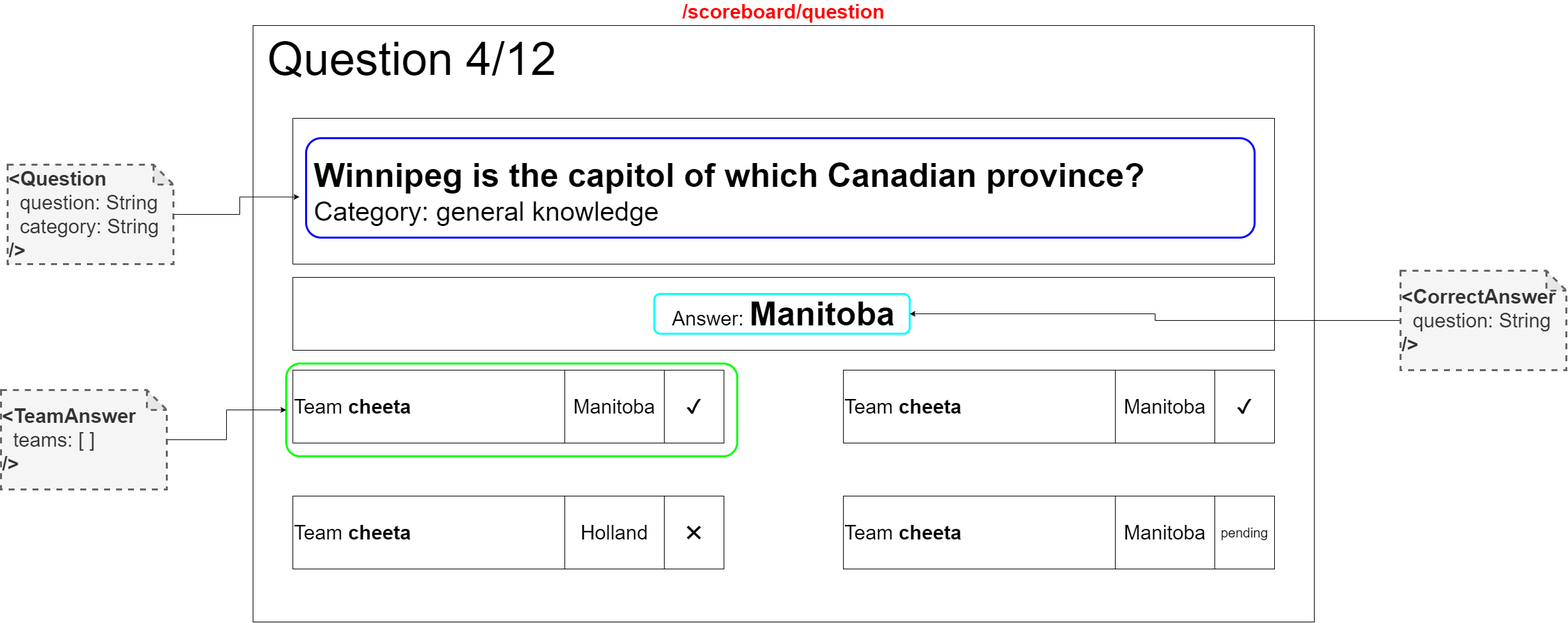
Earlier version of the draw.io export docs/wireframes-with-react-components/scoreboard-answers.png (IkBenDeSjaak/Quizzer). Source tidied: cells renumbered, new cells last; positions are measured from the earlier drawing's top-left corner, leaving out a move shared by most shapes.
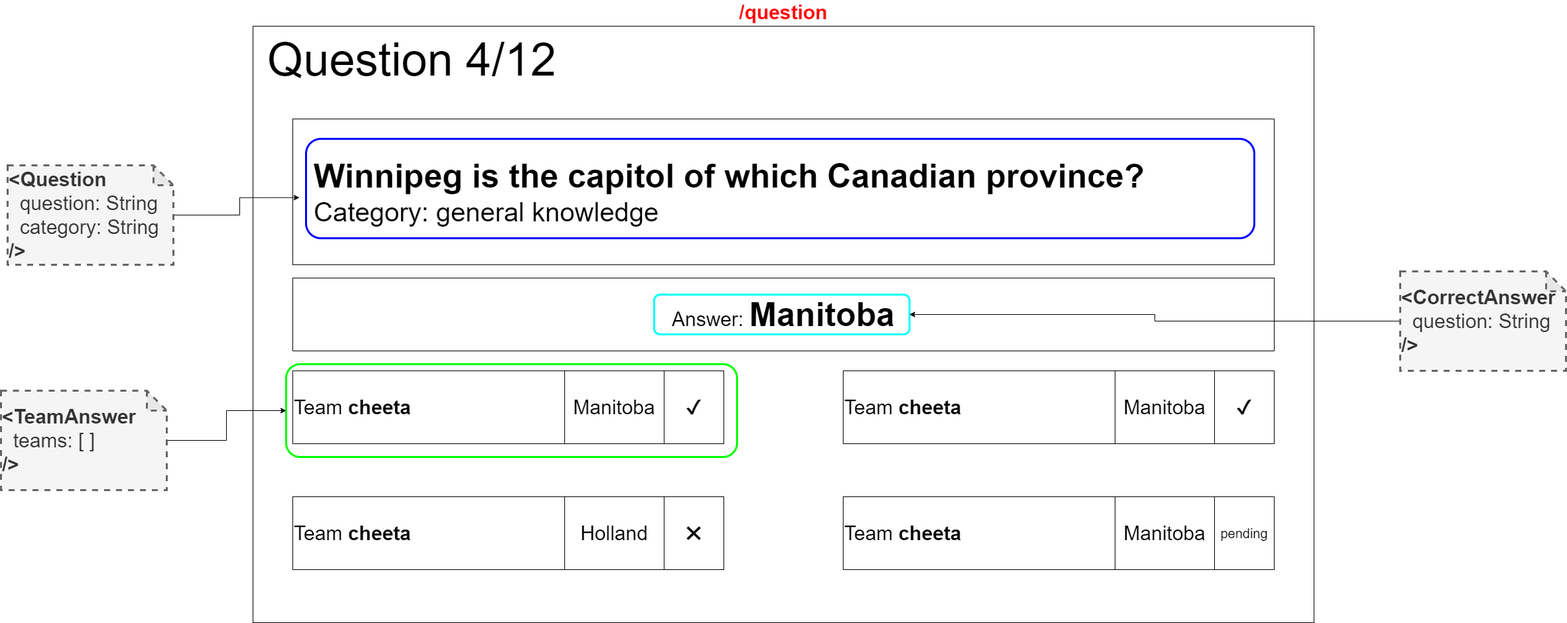
Later version of the same file.

The edit, as a diff of the source:
```diff
@@ -2,7 +2,7 @@
   <root>
     <mxCell id="0" />
     <mxCell id="1" parent="0" />
-    <mxCell id="2" value="/scoreboard/question" style="rounded=0;whiteSpace=wrap;html=1;fontStyle=1;fontSize=30;labelPosition=center;verticalLabelPosition=top;align=center;verticalAlign=bottom;fontColor=#FF0000;" parent="1" vertex="1">
+    <mxCell id="2" value="/question" style="rounded=0;whiteSpace=wrap;html=1;fontStyle=1;fontSize=30;labelPosition=center;verticalLabelPosition=top;align=center;verticalAlign=bottom;fontColor=#FF0000;" parent="1" vertex="1">
       <mxGeometry x="380" width="1600" height="900" as="geometry" />
     </mxCell>
     <mxCell id="3" value="&lt;span style=&quot;font-size: 70px&quot;&gt;Question 4/12&lt;/span&gt;" style="text;html=1;align=left;verticalAlign=middle;" parent="1" vertex="1">
```
